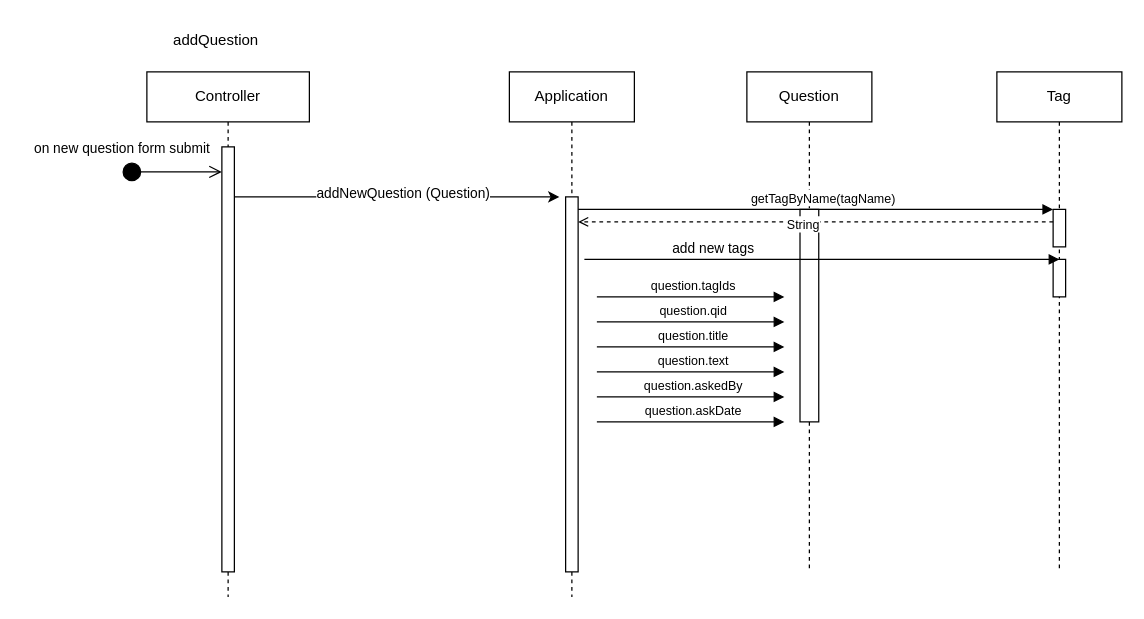
This is page "addQuestion" (3 of 19) of design/FakeStackOverflow.drawio from malhar212/stackoverflow-clone, a draw.io file, before an edit. Source tidied: cells renumbered, new cells numbered last; positions are measured from the earlier drawing's top-left corner, leaving out a move shared by most shapes. Both pictures are drawn from the tidied source at 125%, with x=0, y=0 at pixel (121, 21).
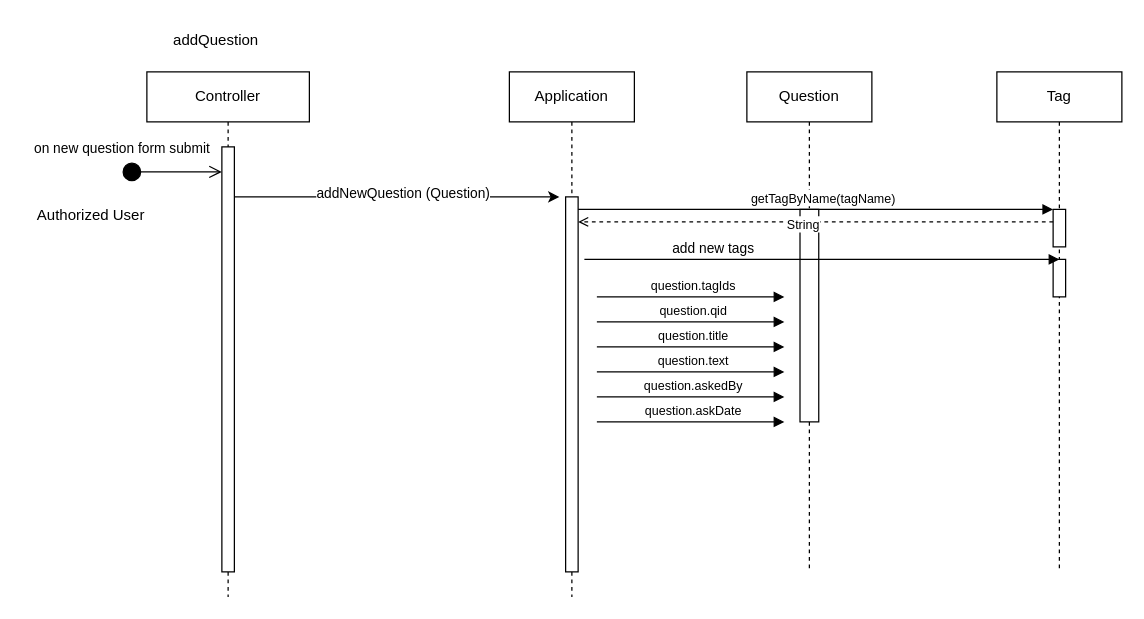
After the change.

The edit, as a diff of the source:
```diff
@@
+    <mxCell id="25" value="Authorized User" style="text;html=1;align=center;verticalAlign=middle;strokeColor=none;fillColor=none;" parent="1" vertex="1">
+      <mxGeometry x="-80" y="140" width="110" height="30" as="geometry" />
+    </mxCell>
```
